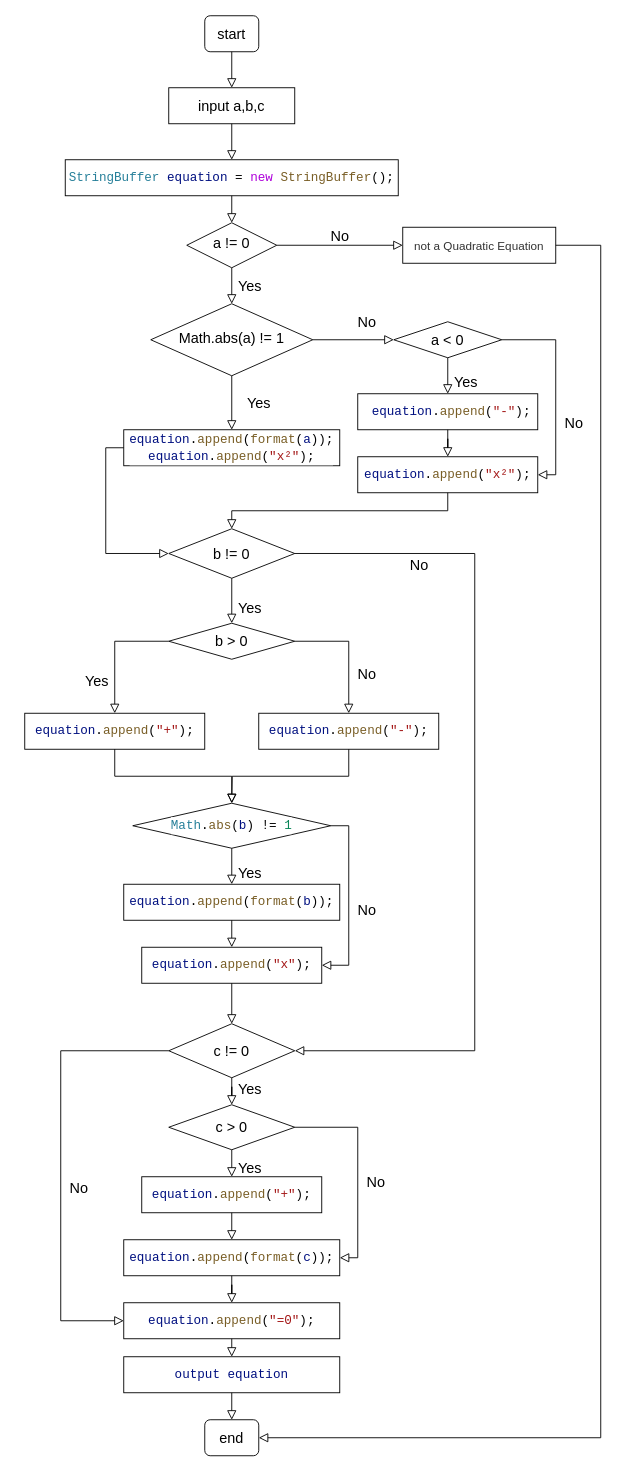
This is UML_practice/Untitled Diagram.drawio from rise0608/images, a draw.io file, before an edit. Source tidied: cells renumbered, new cells numbered last; positions are measured from the earlier drawing's top-left corner, leaving out a move shared by most shapes. Both pictures are drawn from the tidied source at 90%, with x=0, y=0 at pixel (24, 15).
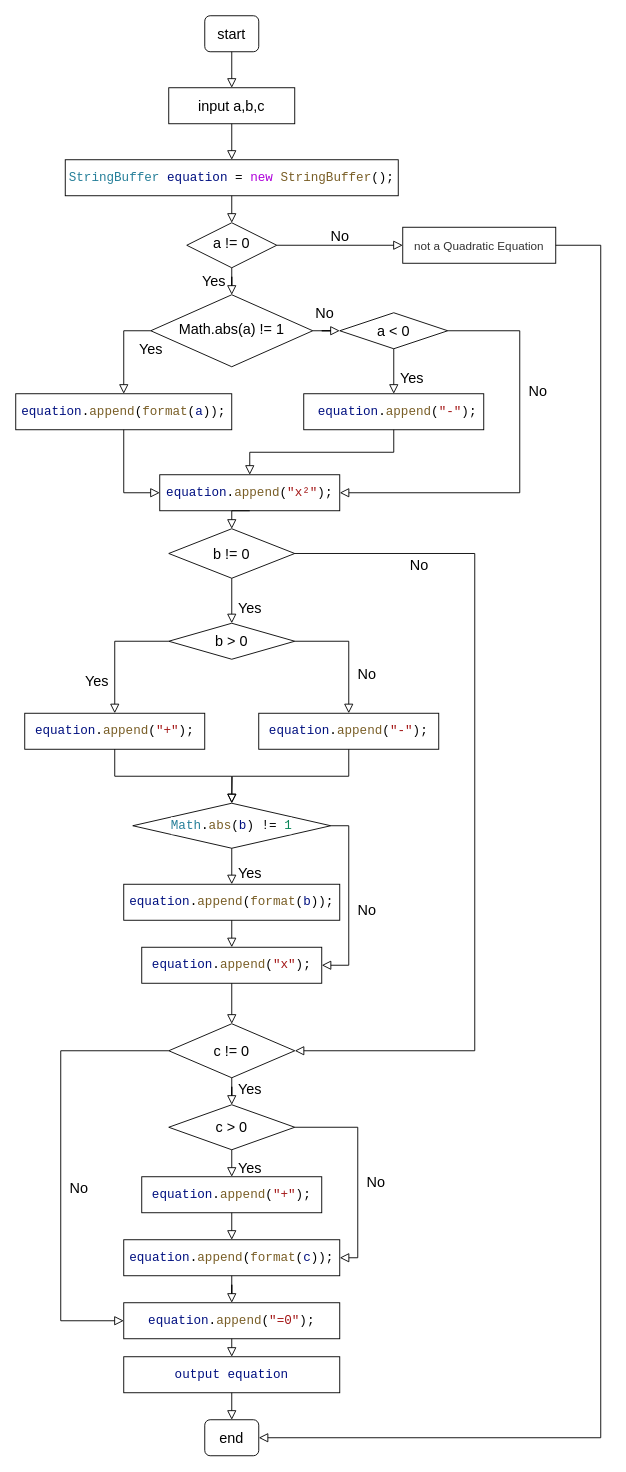
The same diagram, later.

Unchanged cells that the change refers to:
```xml
<mxCell id="13" value="b != 0" style="rhombus;whiteSpace=wrap;html=1;fontSize=16;" parent="1" vertex="1">
  <mxGeometry x="160" y="570" width="140" height="55" as="geometry" />
</mxCell>
```

What changed in the source:
```diff
@@
-    <mxCell id="8" value="Yes&lt;br&gt;" style="edgeStyle=orthogonalEdgeStyle;rounded=0;html=1;jettySize=auto;fontSize=16;endArrow=block;endFill=0;endSize=8;strokeWidth=1;shadow=0;labelBackgroundColor=none;" parent="1" edge="1" source="9" target="11">
+    <mxCell id="8" value="Yes&lt;br&gt;" style="edgeStyle=orthogonalEdgeStyle;rounded=0;html=1;jettySize=auto;fontSize=16;endArrow=block;endFill=0;endSize=8;strokeWidth=1;shadow=0;labelBackgroundColor=none;exitX=0;exitY=0.5;exitDx=0;exitDy=0;" parent="1" edge="1" source="9" target="11">
       <mxGeometry y="30" relative="1" as="geometry" />
     </mxCell>
     <mxCell id="9" value="Math.abs(a) != 1" style="rhombus;whiteSpace=wrap;html=1;shadow=0;fontFamily=Helvetica;fontSize=16;align=center;strokeWidth=1;spacing=6;spacingTop=-4;" parent="1" vertex="1">
-      <mxGeometry x="140" y="320" width="180" height="80" as="geometry" />
+      <mxGeometry x="140" y="310" width="180" height="80" as="geometry" />
     </mxCell>
     <mxCell id="10" value="&lt;div style=&quot;background-color: rgb(255 , 255 , 255) ; font-family: &amp;#34;consolas&amp;#34; , &amp;#34;courier new&amp;#34; , monospace ; font-size: 14px ; line-height: 19px&quot;&gt;&amp;nbsp;&lt;span style=&quot;color: #001080&quot;&gt;equation&lt;/span&gt;.&lt;span style=&quot;color: #795e26&quot;&gt;append&lt;/span&gt;(&lt;span style=&quot;color: #a31515&quot;&gt;&quot;-&quot;&lt;/span&gt;);&lt;/div&gt;" style="rounded=0;whiteSpace=wrap;html=1;fontSize=16;glass=0;strokeWidth=1;shadow=0;" parent="1" vertex="1">
-      <mxGeometry x="370" y="420" width="200" height="40" as="geometry" />
+      <mxGeometry x="310" y="420" width="200" height="40" as="geometry" />
     </mxCell>
-    <mxCell id="11" value="&lt;div style=&quot;background-color: rgb(255 , 255 , 255) ; font-family: &amp;#34;consolas&amp;#34; , &amp;#34;courier new&amp;#34; , monospace ; font-size: 14px ; line-height: 19px&quot;&gt;&lt;p&gt;&lt;span style=&quot;color: #001080&quot;&gt;equation&lt;/span&gt;.&lt;span style=&quot;color: #795e26&quot;&gt;append&lt;/span&gt;(&lt;span style=&quot;color: #795e26&quot;&gt;format&lt;/span&gt;(&lt;span style=&quot;color: #001080&quot;&gt;a&lt;/span&gt;));&lt;br&gt;&lt;span style=&quot;color: #001080&quot;&gt;equation&lt;/span&gt;.&lt;span style=&quot;color: #795e26&quot;&gt;append&lt;/span&gt;(&lt;span style=&quot;color: #a31515&quot;&gt;&quot;x²&quot;&lt;/span&gt;);&lt;/p&gt;&lt;/div&gt;" style="rounded=0;whiteSpace=wrap;html=1;fontSize=16;glass=0;strokeWidth=1;shadow=0;" parent="1" vertex="1">
-      <mxGeometry x="110" y="460" width="240" height="40" as="geometry" />
+    <mxCell id="11" value="&lt;div style=&quot;background-color: rgb(255 , 255 , 255) ; font-family: &amp;#34;consolas&amp;#34; , &amp;#34;courier new&amp;#34; , monospace ; font-size: 14px ; line-height: 19px&quot;&gt;&lt;p&gt;&lt;span style=&quot;color: #001080&quot;&gt;equation&lt;/span&gt;.&lt;span style=&quot;color: #795e26&quot;&gt;append&lt;/span&gt;(&lt;span style=&quot;color: #795e26&quot;&gt;format&lt;/span&gt;(&lt;span style=&quot;color: #001080&quot;&gt;a&lt;/span&gt;));&lt;br&gt;&lt;/p&gt;&lt;/div&gt;" style="rounded=0;whiteSpace=wrap;html=1;fontSize=16;glass=0;strokeWidth=1;shadow=0;" parent="1" vertex="1">
+      <mxGeometry x="-10" y="420" width="240" height="40" as="geometry" />
     </mxCell>
     <mxCell id="12" value="a &amp;lt; 0" style="rhombus;whiteSpace=wrap;html=1;fontSize=16;" parent="1" vertex="1">
-      <mxGeometry x="410" y="340" width="120" height="40" as="geometry" />
+      <mxGeometry x="350" y="330" width="120" height="40" as="geometry" />
     </mxCell>
@@
     <mxCell id="14" value="&lt;div style=&quot;background-color: rgb(255 , 255 , 255) ; font-family: &amp;#34;consolas&amp;#34; , &amp;#34;courier new&amp;#34; , monospace ; font-size: 14px ; line-height: 19px&quot;&gt;&lt;span style=&quot;color: #001080&quot;&gt;equation&lt;/span&gt;.&lt;span style=&quot;color: #795e26&quot;&gt;append&lt;/span&gt;(&lt;span style=&quot;color: #a31515&quot;&gt;&quot;x²&quot;&lt;/span&gt;);&lt;/div&gt;" style="rounded=0;whiteSpace=wrap;html=1;fontSize=16;glass=0;strokeWidth=1;shadow=0;" parent="1" vertex="1">
-      <mxGeometry x="370" y="490" width="200" height="40" as="geometry" />
+      <mxGeometry x="150" y="510" width="200" height="40" as="geometry" />
     </mxCell>
@@
     <mxCell id="17" value="No" style="rounded=0;html=1;jettySize=auto;fontSize=16;endArrow=block;endFill=0;endSize=8;strokeWidth=1;shadow=0;labelBackgroundColor=none;edgeStyle=orthogonalEdgeStyle;exitX=1;exitY=0.5;exitDx=0;exitDy=0;entryX=1;entryY=0.5;entryDx=0;entryDy=0;" parent="1" edge="1" source="12" target="14">
-      <mxGeometry x="0.33" y="20" relative="1" as="geometry" />
+      <mxGeometry x="-0.36" y="20" relative="1" as="geometry">
+        <Array as="points">
+          <mxPoint x="550" y="350" />
+          <mxPoint x="550" y="530" />
+        </Array>
+      </mxGeometry>
     </mxCell>
@@
-    <mxCell id="33" style="rounded=0;html=1;jettySize=auto;fontSize=16;endArrow=block;endFill=0;endSize=8;strokeWidth=1;shadow=0;labelBackgroundColor=none;edgeStyle=orthogonalEdgeStyle;entryX=0;entryY=0.5;entryDx=0;entryDy=0;exitX=0;exitY=0.5;exitDx=0;exitDy=0;" parent="1" edge="1" source="11" target="13">
+    <mxCell id="33" style="rounded=0;html=1;jettySize=auto;fontSize=16;endArrow=block;endFill=0;endSize=8;strokeWidth=1;shadow=0;labelBackgroundColor=none;edgeStyle=orthogonalEdgeStyle;entryX=0;entryY=0.5;entryDx=0;entryDy=0;exitX=0.5;exitY=1;exitDx=0;exitDy=0;" parent="1" edge="1" source="11" target="14">
       <mxGeometry y="20" relative="1" as="geometry" />
     </mxCell>
```
